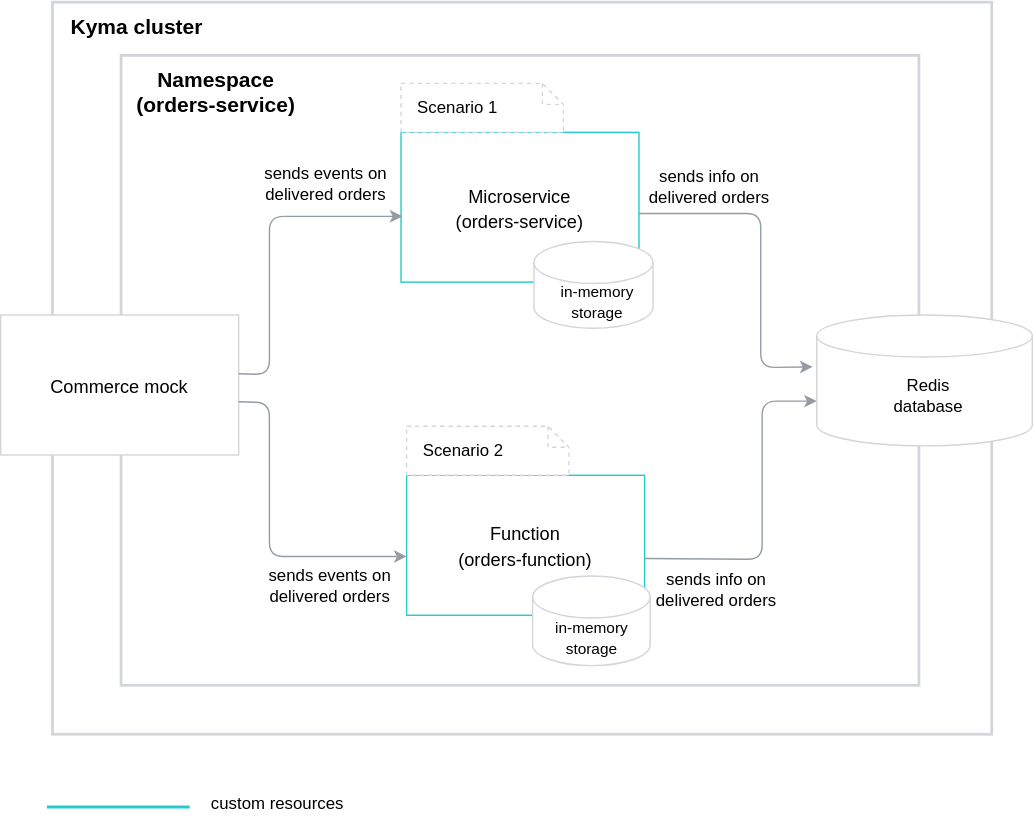
This is docs/getting-started/assets/order-flow.svg from kyma-project/kyma, a draw.io export, as it was before one commit. Source tidied: cells renumbered, new cells last; positions are measured from the earlier drawing's top-left corner, leaving out a move shared by most shapes.
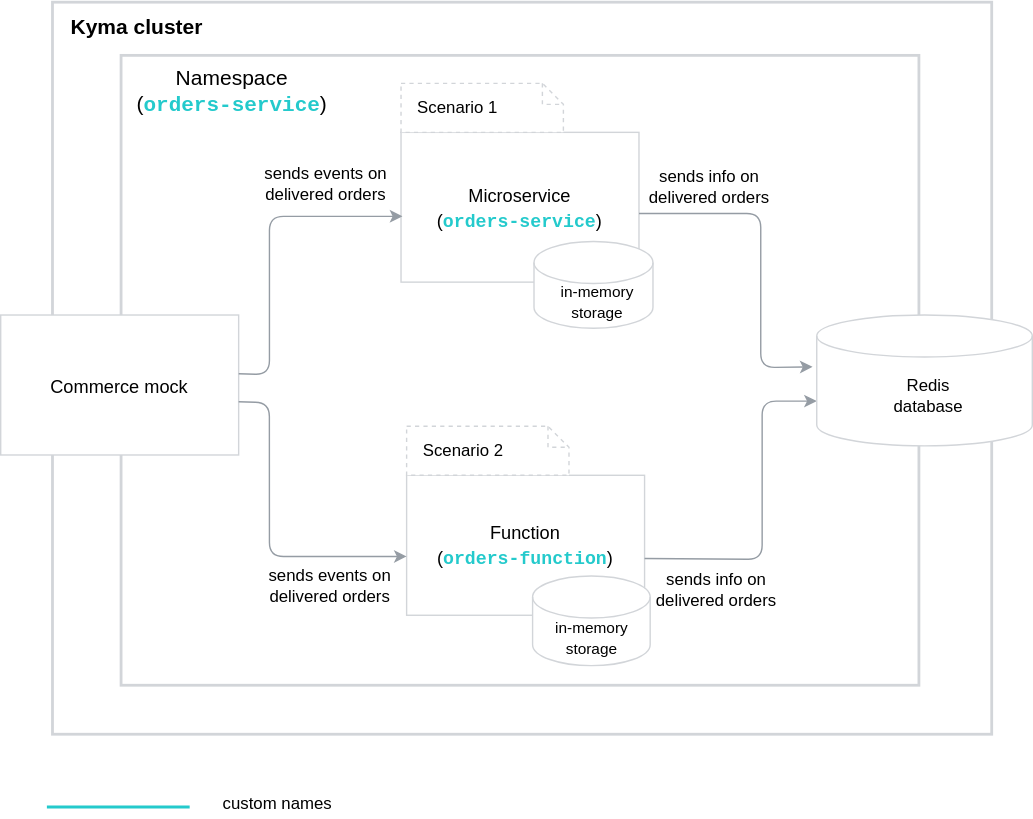
The same file after the commit.

What changed in the source:
```diff
@@ -8,17 +8,17 @@
     <mxCell id="3" style="rounded=0;whiteSpace=wrap;html=1;labelBackgroundColor=none;strokeColor=#D2D5D9;strokeWidth=2;fillColor=#FFFFFF;gradientColor=none;fontFamily=Helvetica;fontSize=15;fontColor=#000000;" parent="1" vertex="1">
       <mxGeometry x="86" y="38" width="570" height="450" as="geometry" />
     </mxCell>
-    <mxCell id="4" value="&lt;font style=&quot;font-size: 13px&quot;&gt;Microservice&lt;br&gt;(orders-service)&lt;br&gt;&lt;/font&gt;" style="rounded=0;whiteSpace=wrap;html=1;labelBackgroundColor=none;strokeWidth=1;fillColor=#FFFFFF;gradientColor=none;fontFamily=Helvetica;fontSize=15;fontColor=#000000;strokeColor=#24CACC;" parent="1" vertex="1">
+    <mxCell id="4" value="&lt;font style=&quot;font-size: 13px&quot;&gt;Microservice&lt;br&gt;(&lt;font color=&quot;#24cacc&quot; face=&quot;Courier New&quot;&gt;&lt;b&gt;orders-service&lt;/b&gt;&lt;/font&gt;)&lt;br&gt;&lt;/font&gt;" style="rounded=0;whiteSpace=wrap;html=1;labelBackgroundColor=none;strokeWidth=1;fillColor=#FFFFFF;gradientColor=none;fontFamily=Helvetica;fontSize=15;fontColor=#000000;strokeColor=#D2D5D9;" parent="1" vertex="1">
       <mxGeometry x="286" y="93" width="170" height="107" as="geometry" />
     </mxCell>
-    <mxCell id="5" value="&lt;font style=&quot;font-size: 13px&quot;&gt;Function&lt;br&gt;(orders-function)&lt;br&gt;&lt;/font&gt;" style="rounded=0;whiteSpace=wrap;html=1;labelBackgroundColor=none;strokeWidth=1;fillColor=#FFFFFF;gradientColor=none;fontFamily=Helvetica;fontSize=15;fontColor=#000000;strokeColor=#24CACC;" parent="1" vertex="1">
+    <mxCell id="5" value="&lt;font style=&quot;font-size: 13px&quot;&gt;Function&lt;br&gt;(&lt;font color=&quot;#24cacc&quot; face=&quot;Courier New&quot;&gt;&lt;b&gt;orders-function&lt;/b&gt;&lt;/font&gt;)&lt;br&gt;&lt;/font&gt;" style="rounded=0;whiteSpace=wrap;html=1;labelBackgroundColor=none;strokeWidth=1;fillColor=#FFFFFF;gradientColor=none;fontFamily=Helvetica;fontSize=15;fontColor=#000000;strokeColor=#D2D5D9;" parent="1" vertex="1">
       <mxGeometry x="290" y="338" width="170" height="100" as="geometry" />
     </mxCell>
     <mxCell id="6" value="&lt;font style=&quot;font-size: 13px&quot;&gt;Commerce mock&lt;br&gt;&lt;/font&gt;" style="rounded=0;whiteSpace=wrap;html=1;labelBackgroundColor=none;strokeColor=#D2D5D9;strokeWidth=1;fillColor=#FFFFFF;gradientColor=none;fontFamily=Helvetica;fontSize=15;fontColor=#000000;" parent="1" vertex="1">
       <mxGeometry y="223.5" width="170" height="100" as="geometry" />
     </mxCell>
-    <mxCell id="7" value="&lt;b&gt;Namespace&lt;br&gt;(&lt;/b&gt;&lt;b&gt;orders-service&lt;/b&gt;&lt;b&gt;)&lt;br&gt;&lt;/b&gt;" style="text;html=1;strokeColor=none;fillColor=none;align=center;verticalAlign=middle;whiteSpace=wrap;rounded=0;labelBackgroundColor=none;fontFamily=Helvetica;fontSize=15;fontColor=#000000;" parent="1" vertex="1">
-      <mxGeometry x="88" y="48" width="132" height="31" as="geometry" />
+    <mxCell id="7" value="Namespace&lt;br&gt;(&lt;font color=&quot;#24cacc&quot; face=&quot;Courier New&quot; style=&quot;font-weight: bold&quot;&gt;orders-service&lt;/font&gt;)" style="text;html=1;strokeColor=none;fillColor=none;align=center;verticalAlign=middle;whiteSpace=wrap;rounded=0;labelBackgroundColor=none;fontFamily=Helvetica;fontSize=15;fontColor=#000000;" parent="1" vertex="1">
+      <mxGeometry x="88" y="48" width="155" height="31" as="geometry" />
     </mxCell>
     <mxCell id="8" style="endArrow=classic;html=1;strokeColor=#959CA4;strokeWidth=1;fontFamily=Helvetica;fontSize=15;fontColor=#000000;exitX=1.018;exitY=0.42;exitDx=0;exitDy=0;exitPerimeter=0;" parent="1" edge="1">
       <mxGeometry relative="1" as="geometry">
@@ -104,7 +104,7 @@
         <mxPoint x="135" y="575" as="targetPoint" />
       </mxGeometry>
     </mxCell>
-    <mxCell id="26" value="custom resources" style="text;html=1;strokeColor=none;fillColor=none;align=center;verticalAlign=middle;whiteSpace=wrap;rounded=0;" parent="1" vertex="1">
+    <mxCell id="26" value="custom names" style="text;html=1;strokeColor=none;fillColor=none;align=center;verticalAlign=middle;whiteSpace=wrap;rounded=0;" parent="1" vertex="1">
       <mxGeometry x="144.5" y="563" width="105.5" height="20" as="geometry" />
     </mxCell>
   </root>
```
